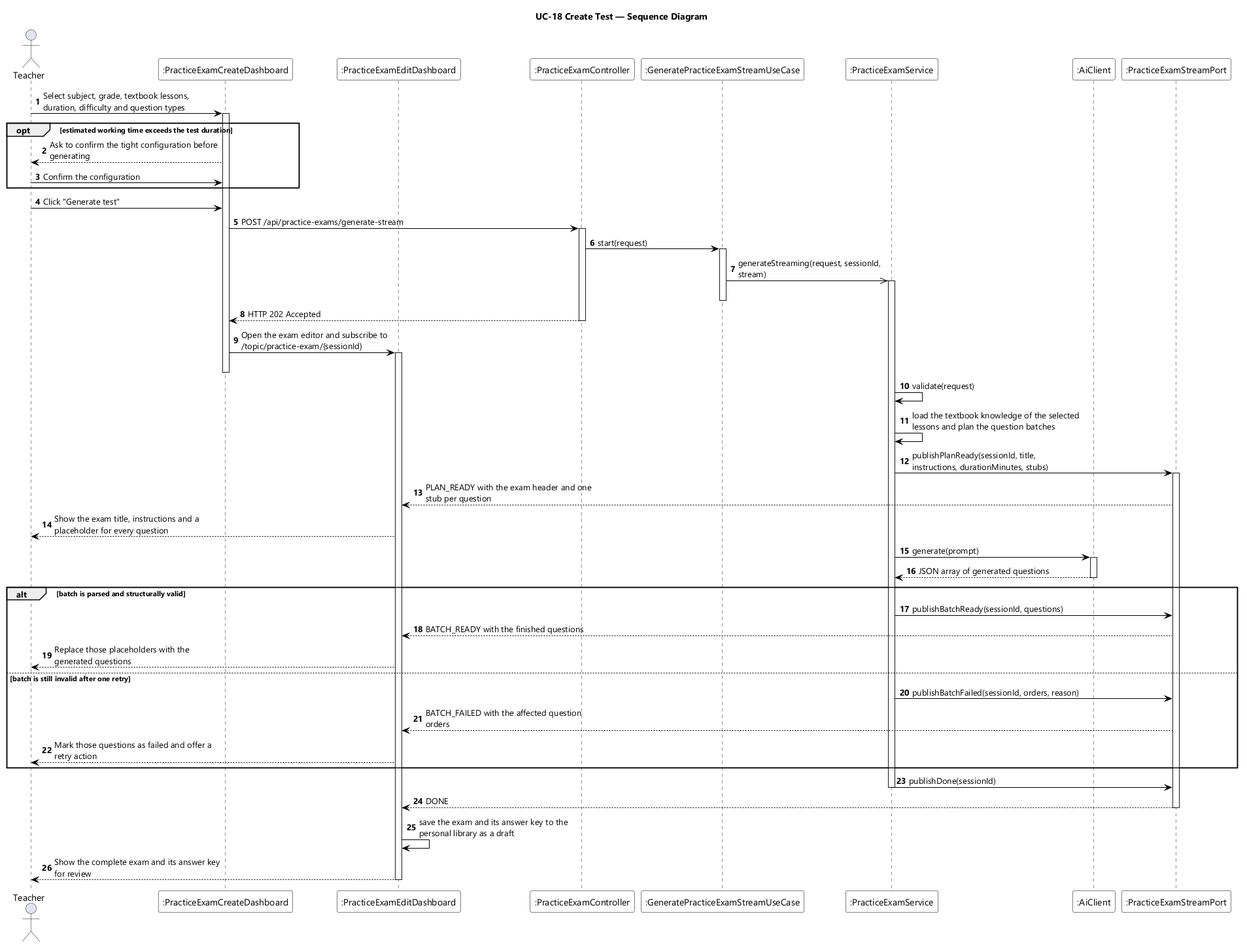
Before: designs/sds-diagrams/uc18/uc18-sequence-diagram.png, a diagram exported from PlantUML (EduA-system/EduA-system).
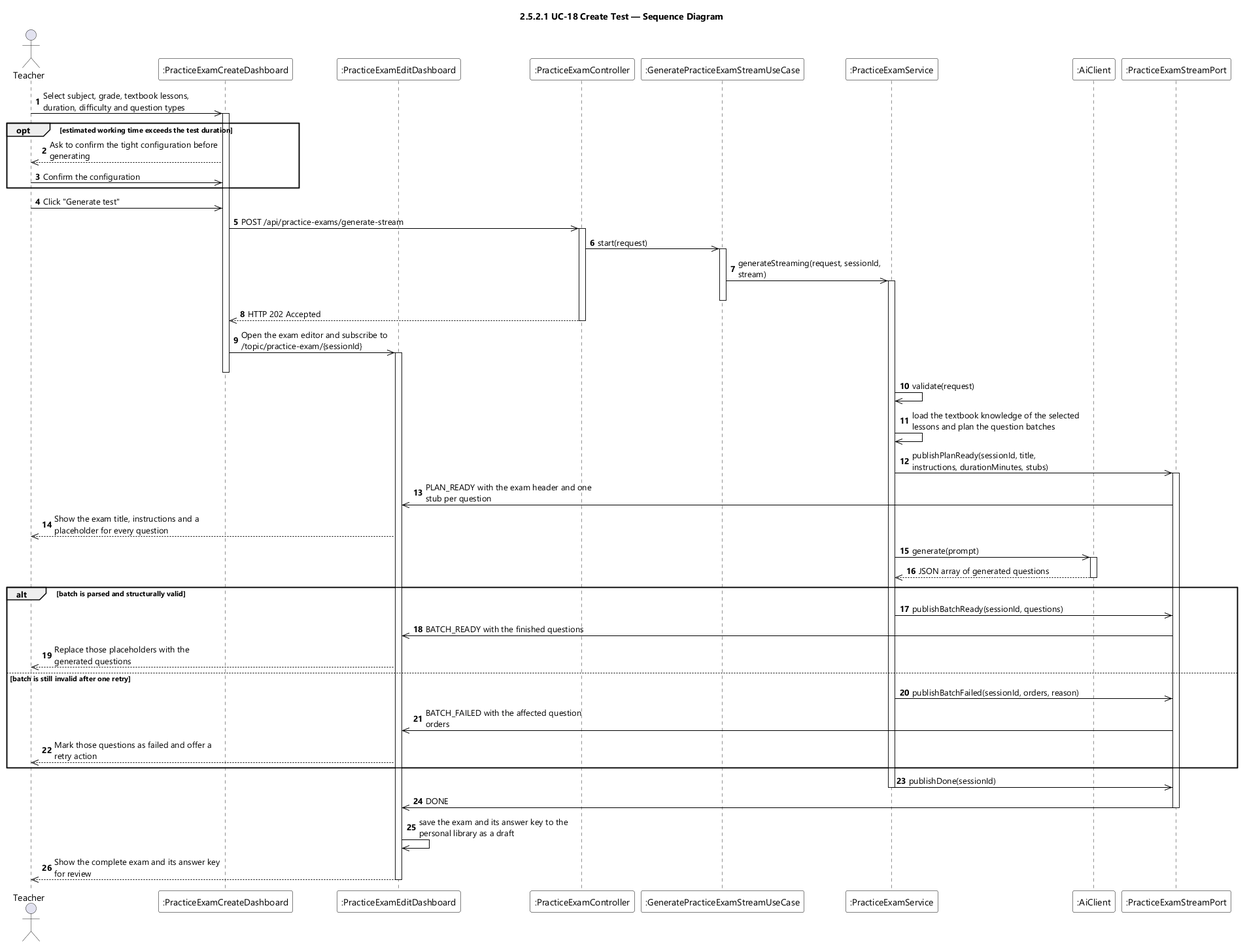
Later version of the same file.

Change to the diagram source:
```diff
@@ -9,7 +9,7 @@
 skinparam ArrowColor #000000
 skinparam sequenceMessageAlign left
 skinparam maxMessageSize 260
-title UC-18 Create Test — Sequence Diagram
+title 2.5.2.1 UC-18 Create Test — Sequence Diagram
 
 actor Teacher
 participant ":PracticeExamCreateDashboard" as CFG
@@ -21,56 +21,56 @@
 participant ":PracticeExamStreamPort" as STREAM
 
 autonumber
-Teacher -> CFG : Select subject, grade, textbook lessons, duration, difficulty and question types
+Teacher ->> CFG : Select subject, grade, textbook lessons, duration, difficulty and question types
 activate CFG
 
 opt estimated working time exceeds the test duration
-  CFG --> Teacher : Ask to confirm the tight configuration before generating
-  Teacher -> CFG : Confirm the configuration
+  CFG -->> Teacher : Ask to confirm the tight configuration before generating
+  Teacher ->> CFG : Confirm the configuration
 end
 
-Teacher -> CFG : Click "Generate test"
-CFG -> CTL : POST /api/practice-exams/generate-stream
+Teacher ->> CFG : Click "Generate test"
+CFG ->> CTL : POST /api/practice-exams/generate-stream
 activate CTL
-CTL -> KICK : start(request)
+CTL ->> KICK : start(request)
 activate KICK
 KICK ->> SVC : generateStreaming(request, sessionId, stream)
 activate SVC
 deactivate KICK
-CTL --> CFG : HTTP 202 Accepted
+CTL -->> CFG : HTTP 202 Accepted
 deactivate CTL
-CFG -> EDT : Open the exam editor and subscribe to /topic/practice-exam/{sessionId}
+CFG ->> EDT : Open the exam editor and subscribe to /topic/practice-exam/{sessionId}
 activate EDT
 deactivate CFG
 
-SVC -> SVC : validate(request)
-SVC -> SVC : load the textbook knowledge of the selected lessons and plan the question batches
-SVC -> STREAM : publishPlanReady(sessionId, title, instructions, durationMinutes, stubs)
+SVC ->> SVC : validate(request)
+SVC ->> SVC : load the textbook knowledge of the selected lessons and plan the question batches
+SVC ->> STREAM : publishPlanReady(sessionId, title, instructions, durationMinutes, stubs)
 activate STREAM
-STREAM --> EDT : PLAN_READY with the exam header and one stub per question
-EDT --> Teacher : Show the exam title, instructions and a placeholder for every question
+STREAM ->> EDT : PLAN_READY with the exam header and one stub per question
+EDT -->> Teacher : Show the exam title, instructions and a placeholder for every question
 
-SVC -> AI : generate(prompt)
+SVC ->> AI : generate(prompt)
 activate AI
-AI --> SVC : JSON array of generated questions
+AI -->> SVC : JSON array of generated questions
 deactivate AI
 
 alt batch is parsed and structurally valid
-  SVC -> STREAM : publishBatchReady(sessionId, questions)
-  STREAM --> EDT : BATCH_READY with the finished questions
-  EDT --> Teacher : Replace those placeholders with the generated questions
+  SVC ->> STREAM : publishBatchReady(sessionId, questions)
+  STREAM ->> EDT : BATCH_READY with the finished questions
+  EDT -->> Teacher : Replace those placeholders with the generated questions
 
 else batch is still invalid after one retry
-  SVC -> STREAM : publishBatchFailed(sessionId, orders, reason)
-  STREAM --> EDT : BATCH_FAILED with the affected question orders
-  EDT --> Teacher : Mark those questions as failed and offer a retry action
+  SVC ->> STREAM : publishBatchFailed(sessionId, orders, reason)
+  STREAM ->> EDT : BATCH_FAILED with the affected question orders
+  EDT -->> Teacher : Mark those questions as failed and offer a retry action
 end
 
-SVC -> STREAM : publishDone(sessionId)
+SVC ->> STREAM : publishDone(sessionId)
 deactivate SVC
-STREAM --> EDT : DONE
+STREAM ->> EDT : DONE
 deactivate STREAM
-EDT -> EDT : save the exam and its answer key to the personal library as a draft
-EDT --> Teacher : Show the complete exam and its answer key for review
+EDT ->> EDT : save the exam and its answer key to the personal library as a draft
+EDT -->> Teacher : Show the complete exam and its answer key for review
 deactivate EDT
 @enduml
```
